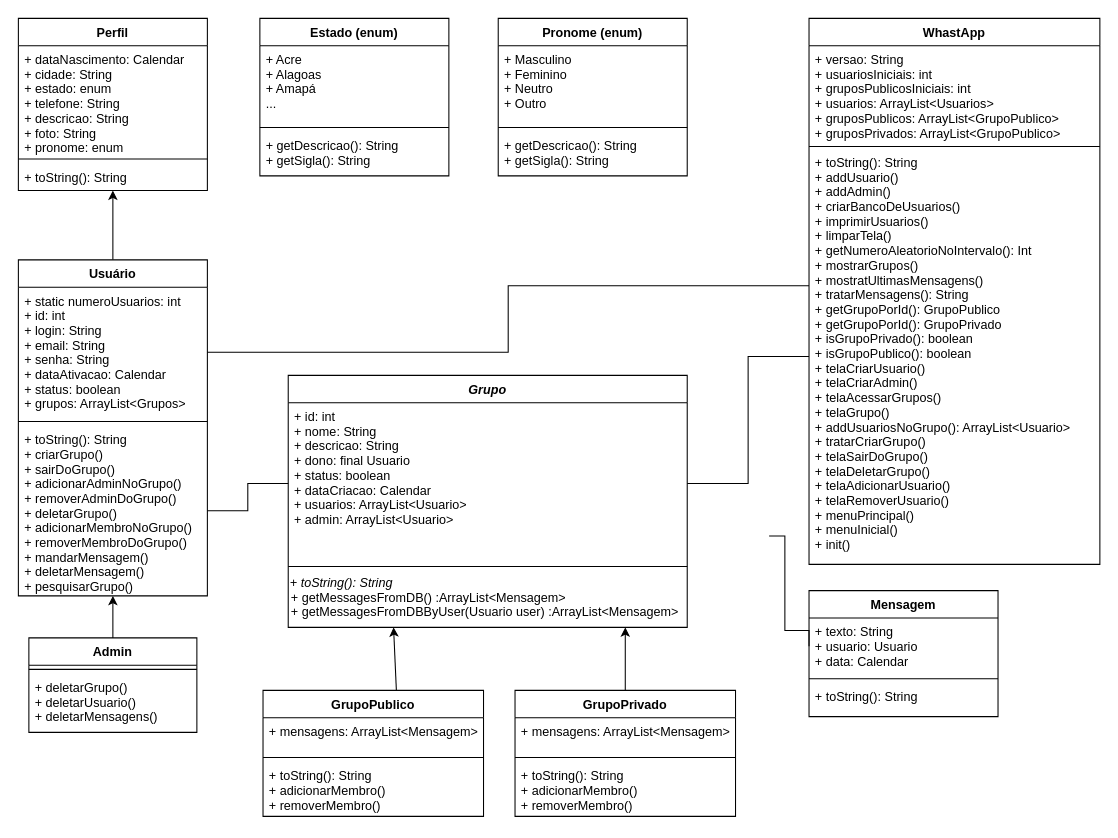
Earlier version of the draw.io diagram UML (1).drawio (VitaoCs/mc322-object-oriented-programming). Source tidied: cells renumbered, new cells numbered last; positions are measured from the earlier drawing's top-left corner, leaving out a move shared by most shapes. Both pictures are drawn from the tidied source at 105%, with x=0, y=0 at pixel (18, 18).
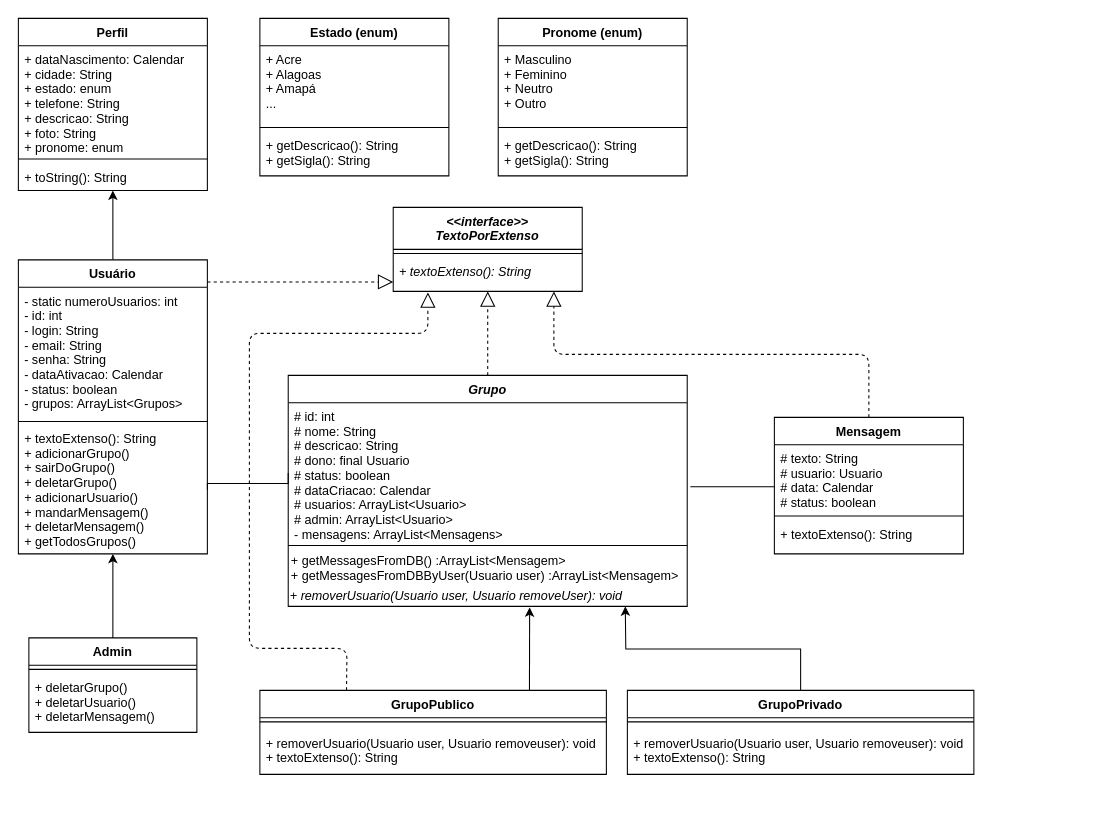
After the change.

The change refers to these unchanged cells:
```xml
<mxCell id="17" value="Admin" style="swimlane;fontStyle=1;align=center;verticalAlign=top;horizontal=1;startSize=26;" parent="1" vertex="1">
  <mxGeometry x="10" y="590" width="160" height="90" as="geometry" />
</mxCell>
```

The edit, as a diff of the source:
```diff
@@
     <mxCell id="7" value="Usuário" style="swimlane;fontStyle=1;align=center;verticalAlign=top;horizontal=1;startSize=26;" parent="1" vertex="1">
-      <mxGeometry y="230" width="180" height="320" as="geometry" />
+      <mxGeometry y="230" width="180" height="280" as="geometry" />
     </mxCell>
-    <mxCell id="8" value="+ static numeroUsuarios: int&#10;+ id: int&#10;+ login: String&#10;+ email: String&#10;+ senha: String&#10;+ dataAtivacao: Calendar&#10;+ status: boolean&#10;+ grupos: ArrayList&lt;Grupos&gt;" style="text;strokeColor=none;fillColor=none;align=left;verticalAlign=top;spacingLeft=4;spacingRight=4;overflow=hidden;points=[[0,0.5],[1,0.5]];portConstraint=eastwest;" parent="7" vertex="1">
+    <mxCell id="8" value="- static numeroUsuarios: int&#10;- id: int&#10;- login: String&#10;- email: String&#10;- senha: String&#10;- dataAtivacao: Calendar&#10;- status: boolean&#10;- grupos: ArrayList&lt;Grupos&gt;" style="text;strokeColor=none;fillColor=none;align=left;verticalAlign=top;spacingLeft=4;spacingRight=4;overflow=hidden;points=[[0,0.5],[1,0.5]];portConstraint=eastwest;" parent="7" vertex="1">
       <mxGeometry y="26" width="180" height="124" as="geometry" />
     </mxCell>
@@
-    <mxCell id="10" value="+ toString(): String&#10;+ criarGrupo()&#10;+ sairDoGrupo()&#10;+ adicionarAdminNoGrupo()&#10;+ removerAdminDoGrupo()&#10;+ deletarGrupo()&#10;+ adicionarMembroNoGrupo()&#10;+ removerMembroDoGrupo()&#10;+ mandarMensagem()&#10;+ deletarMensagem()&#10;+ pesquisarGrupo()" style="text;strokeColor=none;fillColor=none;align=left;verticalAlign=top;spacingLeft=4;spacingRight=4;overflow=hidden;points=[[0,0.5],[1,0.5]];portConstraint=eastwest;" parent="7" vertex="1">
-      <mxGeometry y="158" width="180" height="162" as="geometry" />
+    <mxCell id="10" value="+ textoExtenso(): String&#10;+ adicionarGrupo()&#10;+ sairDoGrupo()&#10;+ deletarGrupo()&#10;+ adicionarUsuario()&#10;+ mandarMensagem()&#10;+ deletarMensagem()&#10;+ getTodosGrupos()" style="text;strokeColor=none;fillColor=none;align=left;verticalAlign=middle;spacingLeft=4;spacingRight=4;overflow=hidden;points=[[0,0.5],[1,0.5]];portConstraint=eastwest;" parent="7" vertex="1">
+      <mxGeometry y="158" width="180" height="122" as="geometry" />
     </mxCell>
     <mxCell id="11" value="Grupo" style="swimlane;fontStyle=3;align=center;verticalAlign=top;horizontal=1;startSize=26;" parent="1" vertex="1">
-      <mxGeometry x="257" y="340" width="380" height="240" as="geometry" />
+      <mxGeometry x="257" y="340" width="380" height="220" as="geometry" />
     </mxCell>
-    <mxCell id="12" value="+ id: int&#10;+ nome: String&#10;+ descricao: String&#10;+ dono: final Usuario&#10;+ status: boolean&#10;+ dataCriacao: Calendar&#10;+ usuarios: ArrayList&lt;Usuario&gt;&#10;+ admin: ArrayList&lt;Usuario&gt;" style="text;strokeColor=none;fillColor=none;align=left;verticalAlign=top;spacingLeft=4;spacingRight=4;overflow=hidden;points=[[0,0.5],[1,0.5]];portConstraint=eastwest;" parent="11" vertex="1">
-      <mxGeometry y="26" width="380" height="154" as="geometry" />
+    <mxCell id="12" value="# id: int&#10;# nome: String&#10;# descricao: String&#10;# dono: final Usuario&#10;# status: boolean&#10;# dataCriacao: Calendar&#10;# usuarios: ArrayList&lt;Usuario&gt;&#10;# admin: ArrayList&lt;Usuario&gt;&#10;- mensagens: ArrayList&lt;Mensagens&gt;" style="text;strokeColor=none;fillColor=none;align=left;verticalAlign=top;spacingLeft=4;spacingRight=4;overflow=hidden;points=[[0,0.5],[1,0.5]];portConstraint=eastwest;" parent="11" vertex="1">
+      <mxGeometry y="26" width="380" height="134" as="geometry" />
     </mxCell>
     <mxCell id="13" style="line;strokeWidth=1;fillColor=none;align=left;verticalAlign=middle;spacingTop=-1;spacingLeft=3;spacingRight=3;labelPosition=right;" parent="11" vertex="1">
-      <mxGeometry y="180" width="380" height="4" as="geometry" />
+      <mxGeometry y="160" width="380" height="4" as="geometry" />
     </mxCell>
-    <mxCell id="14" value="+ toString(): String" style="text;html=1;align=left;verticalAlign=top;spacing=2;spacingRight=2;fontStyle=2;" parent="11" vertex="1">
-      <mxGeometry y="184" width="380" height="20" as="geometry" />
-    </mxCell>
-    <mxCell id="15" value="+ getMessagesFromDB() :ArrayList&lt;Mensagem&gt;&#10;+ getMessagesFromDBByUser(Usuario user) :ArrayList&lt;Mensagem&gt;&#10;" style="text;strokeColor=none;fillColor=none;align=left;verticalAlign=middle;spacingLeft=2;spacingRight=5;overflow=hidden;points=[[0,0.5],[1,0.5]];portConstraint=eastwest;fontStyle=0;spacing=1;" parent="11" vertex="1">
-      <mxGeometry y="204" width="380" height="36" as="geometry" />
+    <mxCell id="15" value="+ getMessagesFromDB() :ArrayList&lt;Mensagem&gt;&#10;+ getMessagesFromDBByUser(Usuario user) :ArrayList&lt;Mensagem&gt;&#10;" style="text;strokeColor=none;fillColor=none;align=left;verticalAlign=top;spacingLeft=2;spacingRight=5;overflow=hidden;points=[[0,0.5],[1,0.5]];portConstraint=eastwest;fontStyle=0;spacing=1;" parent="11" vertex="1">
+      <mxGeometry y="164" width="380" height="36" as="geometry" />
     </mxCell>
+    <mxCell id="50" value="+ removerUsuario(Usuario user, Usuario removeUser): void" style="text;html=1;align=left;verticalAlign=middle;points=[];fontStyle=2;" parent="11" vertex="1">
+      <mxGeometry y="200" width="380" height="20" as="geometry" />
+    </mxCell>
@@
-    <mxCell id="19" value="+ deletarGrupo()&#10;+ deletarUsuario()&#10;+ deletarMensagens()" style="text;strokeColor=none;fillColor=none;align=left;verticalAlign=top;spacingLeft=4;spacingRight=4;overflow=hidden;" parent="17" vertex="1">
+    <mxCell id="19" value="+ deletarGrupo()&#10;+ deletarUsuario()&#10;+ deletarMensagem()" style="text;strokeColor=none;fillColor=none;align=left;verticalAlign=top;spacingLeft=4;spacingRight=4;overflow=hidden;" parent="17" vertex="1">
       <mxGeometry y="34" width="160" height="56" as="geometry" />
     </mxCell>
     <mxCell id="20" value="GrupoPublico" style="swimlane;fontStyle=1;align=center;verticalAlign=top;horizontal=1;startSize=26;" parent="1" vertex="1">
-      <mxGeometry x="233" y="640" width="210" height="120" as="geometry" />
+      <mxGeometry x="230" y="640" width="330" height="80" as="geometry" />
     </mxCell>
-    <mxCell id="21" value="+ mensagens: ArrayList&lt;Mensagem&gt;" style="text;strokeColor=none;fillColor=none;align=left;verticalAlign=top;spacingLeft=4;spacingRight=4;overflow=hidden;" parent="20" vertex="1">
-      <mxGeometry y="26" width="210" height="34" as="geometry" />
-    </mxCell>
     <mxCell id="22" style="line;strokeWidth=1;fillColor=none;align=left;verticalAlign=middle;spacingTop=-1;spacingLeft=3;spacingRight=3;labelPosition=right;" parent="20" vertex="1">
-      <mxGeometry y="60" width="210" height="8" as="geometry" />
+      <mxGeometry y="26" width="330" height="8" as="geometry" />
     </mxCell>
-    <mxCell id="23" value="+ toString(): String&#10;+ adicionarMembro()&#10;+ removerMembro()" style="text;strokeColor=none;fillColor=none;align=left;verticalAlign=top;spacingLeft=4;spacingRight=4;overflow=hidden;" parent="20" vertex="1">
-      <mxGeometry y="68" width="210" height="52" as="geometry" />
+    <mxCell id="23" value="+ removerUsuario(Usuario user, Usuario removeuser): void&#10;+ textoExtenso(): String" style="text;strokeColor=none;fillColor=none;align=left;verticalAlign=middle;spacingLeft=4;spacingRight=4;overflow=hidden;" parent="20" vertex="1">
+      <mxGeometry y="34" width="330" height="46" as="geometry" />
     </mxCell>
-    <mxCell id="24" style="edgeStyle=orthogonalEdgeStyle;rounded=0;jettySize=auto;html=1;exitX=0.5;exitY=0;exitDx=0;exitDy=0;endArrow=classic;endFill=1;" parent="1" edge="1" source="25" target="15">
+    <mxCell id="24" style="edgeStyle=orthogonalEdgeStyle;rounded=0;jettySize=auto;html=1;exitX=0.5;exitY=0;exitDx=0;exitDy=0;endArrow=classic;endFill=1;" parent="1" edge="1" source="25">
       <mxGeometry relative="1" as="geometry">
-        <Array as="points">
-          <mxPoint x="578" y="590" />
-          <mxPoint x="578" y="590" />
-        </Array>
+        <mxPoint x="578" y="560" as="targetPoint" />
       </mxGeometry>
     </mxCell>
     <mxCell id="25" value="GrupoPrivado" style="swimlane;fontStyle=1;align=center;verticalAlign=top;horizontal=1;startSize=26;" parent="1" vertex="1">
-      <mxGeometry x="473" y="640" width="210" height="120" as="geometry" />
+      <mxGeometry x="580" y="640" width="330" height="80" as="geometry" />
     </mxCell>
-    <mxCell id="26" value="+ mensagens: ArrayList&lt;Mensagem&gt;" style="text;strokeColor=none;fillColor=none;align=left;verticalAlign=top;spacingLeft=4;spacingRight=4;overflow=hidden;" parent="25" vertex="1">
-      <mxGeometry y="26" width="210" height="34" as="geometry" />
-    </mxCell>
     <mxCell id="27" style="line;strokeWidth=1;fillColor=none;align=left;verticalAlign=middle;spacingTop=-1;spacingLeft=3;spacingRight=3;labelPosition=right;" parent="25" vertex="1">
-      <mxGeometry y="60" width="210" height="8" as="geometry" />
+      <mxGeometry y="26" width="330" height="8" as="geometry" />
     </mxCell>
-    <mxCell id="28" value="+ toString(): String&#10;+ adicionarMembro()&#10;+ removerMembro()" style="text;strokeColor=none;fillColor=none;align=left;verticalAlign=top;spacingLeft=4;spacingRight=4;overflow=hidden;" parent="25" vertex="1">
-      <mxGeometry y="68" width="210" height="52" as="geometry" />
+    <mxCell id="28" value="+ removerUsuario(Usuario user, Usuario removeuser): void&#10;+ textoExtenso(): String" style="text;strokeColor=none;fillColor=none;align=left;verticalAlign=middle;spacingLeft=4;spacingRight=4;overflow=hidden;" parent="25" vertex="1">
+      <mxGeometry y="34" width="330" height="46" as="geometry" />
     </mxCell>
     <mxCell id="29" value="Mensagem" style="swimlane;fontStyle=1;align=center;verticalAlign=top;horizontal=1;startSize=26;" parent="1" vertex="1">
-      <mxGeometry x="753" y="545" width="180" height="120" as="geometry" />
+      <mxGeometry x="720" y="380" width="180" height="130" as="geometry" />
     </mxCell>
-    <mxCell id="30" value="+ texto: String&#10;+ usuario: Usuario&#10;+ data: Calendar" style="text;strokeColor=none;fillColor=none;align=left;verticalAlign=top;spacingLeft=4;spacingRight=4;overflow=hidden;points=[[0,0.5],[1,0.5]];portConstraint=eastwest;" parent="29" vertex="1">
-      <mxGeometry y="26" width="180" height="54" as="geometry" />
+    <mxCell id="30" value="# texto: String&#10;# usuario: Usuario&#10;# data: Calendar&#10;# status: boolean" style="text;strokeColor=none;fillColor=none;align=left;verticalAlign=top;spacingLeft=4;spacingRight=4;overflow=hidden;points=[[0,0.5],[1,0.5]];portConstraint=eastwest;" parent="29" vertex="1">
+      <mxGeometry y="26" width="180" height="64" as="geometry" />
     </mxCell>
     <mxCell id="31" style="line;strokeWidth=1;fillColor=none;align=left;verticalAlign=middle;spacingTop=-1;spacingLeft=3;spacingRight=3;labelPosition=right;" parent="29" vertex="1">
-      <mxGeometry y="80" width="180" height="8" as="geometry" />
+      <mxGeometry y="90" width="180" height="8" as="geometry" />
     </mxCell>
-    <mxCell id="32" value="+ toString(): String" style="text;strokeColor=none;fillColor=none;align=left;verticalAlign=top;spacingLeft=4;spacingRight=4;overflow=hidden;" parent="29" vertex="1">
-      <mxGeometry y="88" width="180" height="32" as="geometry" />
+    <mxCell id="32" value="+ textoExtenso(): String" style="text;strokeColor=none;fillColor=none;align=left;verticalAlign=top;spacingLeft=4;spacingRight=4;overflow=hidden;" parent="29" vertex="1">
+      <mxGeometry y="98" width="180" height="32" as="geometry" />
     </mxCell>
@@
-    <mxCell id="41" value="WhastApp" style="swimlane;fontStyle=1;align=center;verticalAlign=top;horizontal=1;startSize=26;" parent="1" vertex="1">
-      <mxGeometry x="753" width="277" height="520" as="geometry" />
-    </mxCell>
-    <mxCell id="42" value="+ versao: String&#10;+ usuariosIniciais: int&#10;+ gruposPublicosIniciais: int&#10;+ usuarios: ArrayList&lt;Usuarios&gt;&#10;+ gruposPublicos: ArrayList&lt;GrupoPublico&gt;&#10;+ gruposPrivados: ArrayList&lt;GrupoPublico&gt;" style="text;strokeColor=none;fillColor=none;align=left;verticalAlign=top;spacingLeft=4;spacingRight=4;overflow=hidden;" parent="41" vertex="1">
-      <mxGeometry y="26" width="277" height="94" as="geometry" />
-    </mxCell>
-    <mxCell id="43" style="line;strokeWidth=1;fillColor=none;align=left;verticalAlign=middle;spacingTop=-1;spacingLeft=3;spacingRight=3;labelPosition=right;" parent="41" vertex="1">
-      <mxGeometry y="120" width="277" height="4" as="geometry" />
-    </mxCell>
-    <mxCell id="44" value="+ toString(): String&#10;+ addUsuario()&#10;+ addAdmin()&#10;+ criarBancoDeUsuarios()&#10;+ imprimirUsuarios()&#10;+ limparTela()&#10;+ getNumeroAleatorioNoIntervalo(): Int&#10;+ mostrarGrupos()&#10;+ mostratUltimasMensagens()&#10;+ tratarMensagens(): String&#10;+ getGrupoPorId(): GrupoPublico&#10;+ getGrupoPorId(): GrupoPrivado&#10;+ isGrupoPrivado(): boolean&#10;+ isGrupoPublico(): boolean&#10;+ telaCriarUsuario()&#10;+ telaCriarAdmin()&#10;+ telaAcessarGrupos()&#10;+ telaGrupo()&#10;+ addUsuariosNoGrupo(): ArrayList&lt;Usuario&gt;&#10;+ tratarCriarGrupo()&#10;+ telaSairDoGrupo()&#10;+ telaDeletarGrupo()&#10;+ telaAdicionarUsuario()&#10;+ telaRemoverUsuario()&#10;+ menuPrincipal()&#10;+ menuInicial()&#10;+ init()" style="text;strokeColor=none;fillColor=none;align=left;verticalAlign=top;spacingLeft=4;spacingRight=4;overflow=hidden;points=[[0,0.5],[1,0.5]];portConstraint=eastwest;" parent="41" vertex="1">
-      <mxGeometry y="124" width="277" height="396" as="geometry" />
-    </mxCell>
     <mxCell id="45" style="edgeStyle=orthogonalEdgeStyle;rounded=0;jettySize=auto;html=1;exitX=1;exitY=0.5;exitDx=0;exitDy=0;entryX=0;entryY=0.5;entryDx=0;entryDy=0;endArrow=none;endFill=0;" parent="1" edge="1" source="10" target="12">
-      <mxGeometry relative="1" as="geometry" />
+      <mxGeometry relative="1" as="geometry">
+        <Array as="points">
+          <mxPoint x="180" y="443" />
+        </Array>
+      </mxGeometry>
     </mxCell>
-    <mxCell id="46" style="edgeStyle=orthogonalEdgeStyle;rounded=0;jettySize=auto;html=1;exitX=1;exitY=0.5;exitDx=0;exitDy=0;entryX=0;entryY=0.33;entryDx=0;entryDy=0;entryPerimeter=0;endArrow=none;endFill=0;" parent="1" edge="1" source="8" target="44">
-      <mxGeometry relative="1" as="geometry" />
-    </mxCell>
-    <mxCell id="47" style="edgeStyle=orthogonalEdgeStyle;rounded=0;jettySize=auto;html=1;exitX=1;exitY=0.5;exitDx=0;exitDy=0;endArrow=none;endFill=0;" parent="1" edge="1" source="12" target="44">
-      <mxGeometry relative="1" as="geometry" />
-    </mxCell>
-    <mxCell id="48" style="edgeStyle=orthogonalEdgeStyle;rounded=0;jettySize=auto;html=1;exitX=0;exitY=0.5;exitDx=0;exitDy=0;endArrow=none;endFill=0;" parent="1" edge="1" source="30">
-      <mxGeometry relative="1" as="geometry">
-        <mxPoint x="715" y="493" as="targetPoint" />
-        <Array as="points">
-          <mxPoint x="753" y="583" />
-          <mxPoint x="730" y="583" />
-          <mxPoint x="730" y="493" />
-          <mxPoint x="715" y="493" />
-        </Array>
-      </mxGeometry>
-    </mxCell>
-    <mxCell id="49" style="endArrow=classic;html=1;entryX=0.264;entryY=1;entryDx=0;entryDy=0;entryPerimeter=0;" parent="1" edge="1" target="15">
-      <mxGeometry relative="1" as="geometry">
-        <mxPoint x="360" y="640" as="sourcePoint" />
-      </mxGeometry>
-    </mxCell>
+    <mxCell id="51" style="endArrow=none;html=1;entryX=0;entryY=0.625;entryDx=0;entryDy=0;entryPerimeter=0;" parent="1" edge="1" target="30">
+      <mxGeometry relative="1" as="geometry">
+        <mxPoint x="640" y="446" as="sourcePoint" />
+      </mxGeometry>
+    </mxCell>
+    <mxCell id="52" value="&lt;&lt;interface&gt;&gt;&#10;TextoPorExtenso" style="swimlane;fontStyle=3;align=center;verticalAlign=top;horizontal=1;startSize=40;" parent="1" vertex="1">
+      <mxGeometry x="357" y="180" width="180" height="80" as="geometry" />
+    </mxCell>
+    <mxCell id="53" style="line;strokeWidth=1;fillColor=none;align=left;verticalAlign=middle;spacingTop=-1;spacingLeft=3;spacingRight=3;labelPosition=right;" parent="52" vertex="1">
+      <mxGeometry y="40" width="180" height="8" as="geometry" />
+    </mxCell>
+    <mxCell id="54" value="+ textoExtenso(): String" style="text;strokeColor=none;fillColor=none;align=left;verticalAlign=top;spacingLeft=4;spacingRight=4;overflow=hidden;fontStyle=2;" parent="52" vertex="1">
+      <mxGeometry y="48" width="180" height="32" as="geometry" />
+    </mxCell>
+    <mxCell id="55" style="endArrow=block;dashed=1;endFill=0;endSize=12;html=1;exitX=0.5;exitY=0;exitDx=0;exitDy=0;" parent="1" edge="1" source="29">
+      <mxGeometry relative="1" as="geometry">
+        <mxPoint x="510" y="260" as="targetPoint" />
+        <Array as="points">
+          <mxPoint x="810" y="320" />
+          <mxPoint x="510" y="320" />
+        </Array>
+      </mxGeometry>
+    </mxCell>
+    <mxCell id="56" style="endArrow=block;dashed=1;endFill=0;endSize=12;html=1;exitX=0.25;exitY=0;exitDx=0;exitDy=0;" parent="1" edge="1" source="20">
+      <mxGeometry relative="1" as="geometry">
+        <mxPoint x="390" y="261" as="targetPoint" />
+        <Array as="points">
+          <mxPoint x="313" y="600" />
+          <mxPoint x="220" y="600" />
+          <mxPoint x="220" y="300" />
+          <mxPoint x="390" y="300" />
+        </Array>
+      </mxGeometry>
+    </mxCell>
+    <mxCell id="57" style="endArrow=block;dashed=1;endFill=0;endSize=12;html=1;" parent="1" edge="1">
+      <mxGeometry relative="1" as="geometry">
+        <mxPoint x="180" y="251" as="sourcePoint" />
+        <mxPoint x="357" y="251" as="targetPoint" />
+      </mxGeometry>
+    </mxCell>
+    <mxCell id="58" style="endArrow=block;dashed=1;endFill=0;endSize=12;html=1;exitX=0.5;exitY=0;exitDx=0;exitDy=0;" parent="1" edge="1" source="11">
+      <mxGeometry relative="1" as="geometry">
+        <mxPoint x="447" y="260" as="targetPoint" />
+      </mxGeometry>
+    </mxCell>
+    <mxCell id="59" style="endArrow=classic;html=1;entryX=0.605;entryY=1.05;entryDx=0;entryDy=0;entryPerimeter=0;exitX=0.778;exitY=0;exitDx=0;exitDy=0;exitPerimeter=0;" parent="1" edge="1" source="20" target="50">
+      <mxGeometry relative="1" as="geometry" />
+    </mxCell>
```
